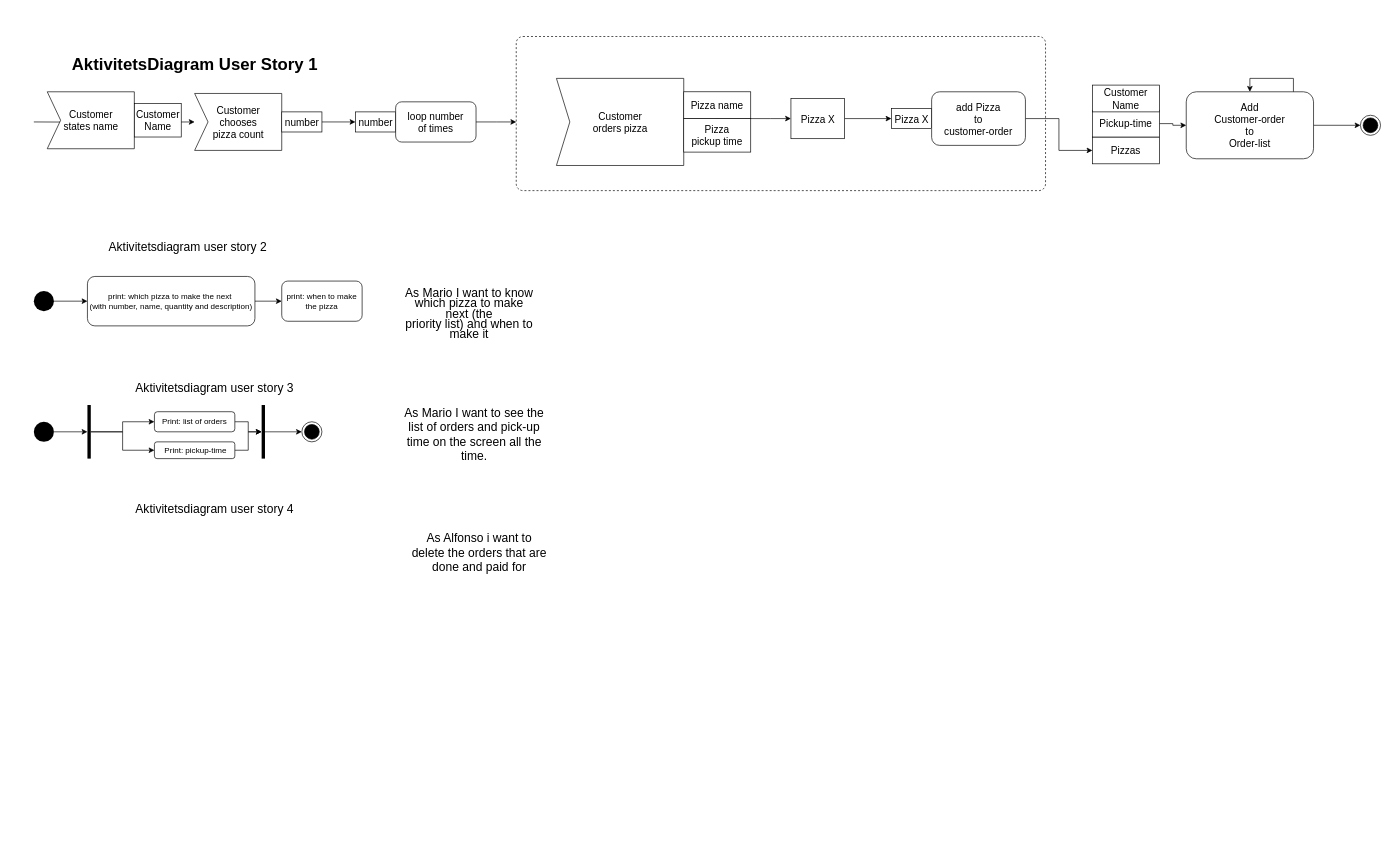
Above: Aktivetetsdiagram user story 2.drawio in norskemarcus/MariosPizzaGruppe_file (draw.io), before the change. Source tidied: cells renumbered, new cells numbered last; positions are measured from the earlier drawing's top-left corner, leaving out a move shared by most shapes. Both pictures are drawn from the tidied source at 67%, with x=0, y=0 at pixel (20, 36).
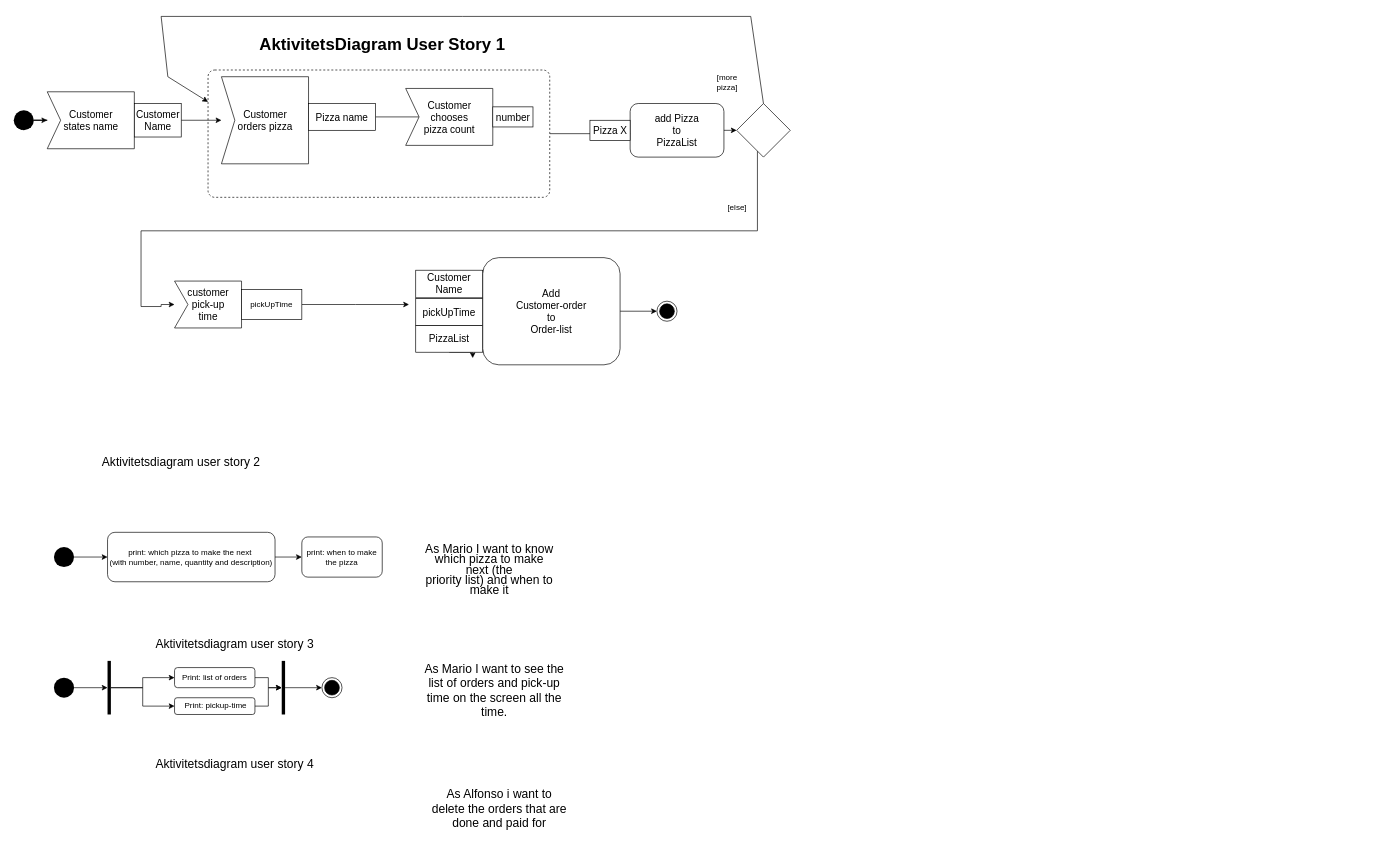
The same page after the edit.

The change refers to these unchanged cells:
```xml
<mxCell id="42" value="Customer &lt;br style=&quot;font-size: 15px&quot;&gt;states name" style="html=1;shape=mxgraph.infographic.ribbonSimple;notch1=20;notch2=0;align=center;verticalAlign=middle;fontSize=15;fontStyle=0;fillColor=#FFFFFF;horizontal=1;" parent="1" vertex="1">
  <mxGeometry x="40" y="82.5" width="130" height="85" as="geometry" />
</mxCell>
<mxCell id="43" value="Customer&lt;br&gt;Name" style="text;html=1;align=center;verticalAlign=middle;dashed=0;fillColor=#ffffff;strokeColor=#000000;fontSize=15;" parent="1" vertex="1">
  <mxGeometry x="170" y="100" width="70" height="50" as="geometry" />
</mxCell>
```

The edit, as a diff of the source:
```diff
@@
-    <mxCell id="2" style="html=1;align=center;verticalAlign=top;rounded=1;absoluteArcSize=1;arcSize=20;dashed=1;fontSize=15;" parent="1" vertex="1">
-      <mxGeometry x="740" width="790" height="230" as="geometry" />
-    </mxCell>
+    <mxCell id="54" style="edgeStyle=orthogonalEdgeStyle;rounded=0;jettySize=auto;html=1;" parent="1" edge="1" source="55" target="64">
+      <mxGeometry relative="1" as="geometry" />
+    </mxCell>
+    <mxCell id="55" style="dashed=1;rounded=1;absoluteArcSize=1;arcSize=20;html=1;verticalAlign=top;align=left;spacingTop=5;spacingLeft=10;" parent="1" vertex="1">
+      <mxGeometry x="280" y="50" width="510" height="190" as="geometry" />
+    </mxCell>
     <mxCell id="3" value="&lt;font style=&quot;font-size: 18px&quot;&gt;As Mario I want to see the list of orders and pick-up time on the screen all the time.&lt;/font&gt;" style="text;html=1;strokeColor=none;fillColor=none;align=center;verticalAlign=middle;whiteSpace=wrap;rounded=0;" parent="1" vertex="1">
-      <mxGeometry x="565" y="550" width="225" height="90" as="geometry" />
+      <mxGeometry x="595" y="931.9" width="225" height="90" as="geometry" />
     </mxCell>
@@
     <mxCell id="5" style="ellipse;fillColor=#000000;strokeColor=none;" parent="1" vertex="1">
-      <mxGeometry x="20" y="380" width="30" height="30" as="geometry" />
+      <mxGeometry x="50" y="761.9" width="30" height="30" as="geometry" />
     </mxCell>
@@
     <mxCell id="7" value="print: which pizza to make the next&amp;nbsp;&lt;br&gt;(with number, name, quantity and description)" style="rounded=1;whiteSpace=wrap;html=1;" parent="1" vertex="1">
-      <mxGeometry x="100" y="358.1" width="250" height="73.8" as="geometry" />
+      <mxGeometry x="130" y="740" width="250" height="73.8" as="geometry" />
     </mxCell>
     <mxCell id="8" value="&lt;p class=&quot;MsoNormal&quot;&gt;&lt;span lang=&quot;EN-US&quot; style=&quot;line-height: 107%&quot;&gt;&lt;font style=&quot;font-size: 18px&quot;&gt;As Mario I want to know which pizza to make next (the&lt;br&gt;priority list) and when to make it&lt;/font&gt;&lt;/span&gt;&lt;/p&gt;" style="text;html=1;strokeColor=none;fillColor=none;align=center;verticalAlign=middle;whiteSpace=wrap;rounded=0;" parent="1" vertex="1">
-      <mxGeometry x="570" y="410" width="200" height="10" as="geometry" />
+      <mxGeometry x="600" y="791.9" width="200" height="10" as="geometry" />
     </mxCell>
     <mxCell id="9" value="Aktivitetsdiagram user story 2" style="text;html=1;strokeColor=none;fillColor=none;align=center;verticalAlign=middle;whiteSpace=wrap;rounded=0;fontSize=18;" parent="1" vertex="1">
-      <mxGeometry y="300" width="500" height="30" as="geometry" />
+      <mxGeometry x="-10" y="620" width="500" height="30" as="geometry" />
     </mxCell>
     <mxCell id="10" value="Aktivitetsdiagram user story 3" style="text;html=1;strokeColor=none;fillColor=none;align=center;verticalAlign=middle;whiteSpace=wrap;rounded=0;fontSize=18;" parent="1" vertex="1">
-      <mxGeometry x="40" y="510" width="500" height="30" as="geometry" />
+      <mxGeometry x="70" y="891.9" width="500" height="30" as="geometry" />
     </mxCell>
@@
     <mxCell id="12" style="ellipse;fillColor=#000000;strokeColor=none;" parent="1" vertex="1">
-      <mxGeometry x="20" y="575" width="30" height="30" as="geometry" />
+      <mxGeometry x="50" y="956.9" width="30" height="30" as="geometry" />
     </mxCell>
@@
     <mxCell id="14" value="Print: list of orders" style="rounded=1;whiteSpace=wrap;html=1;" parent="1" vertex="1">
-      <mxGeometry x="200" y="560" width="120" height="30" as="geometry" />
+      <mxGeometry x="230" y="941.9" width="120" height="30" as="geometry" />
     </mxCell>
     <mxCell id="15" value="print: when to make the pizza" style="whiteSpace=wrap;html=1;rounded=1;" parent="1" vertex="1">
-      <mxGeometry x="390" y="365" width="120" height="60" as="geometry" />
+      <mxGeometry x="420" y="746.9" width="120" height="60" as="geometry" />
     </mxCell>
     <mxCell id="16" value="As Alfonso i want to delete the orders that are done and paid for" style="text;html=1;strokeColor=none;fillColor=none;align=center;verticalAlign=middle;whiteSpace=wrap;rounded=0;fontSize=18;" parent="1" vertex="1">
-      <mxGeometry x="580" y="742" width="210" height="58" as="geometry" />
+      <mxGeometry x="610" y="1123.9" width="210" height="58" as="geometry" />
     </mxCell>
     <mxCell id="17" value="Aktivitetsdiagram user story 4" style="text;html=1;strokeColor=none;fillColor=none;align=center;verticalAlign=middle;whiteSpace=wrap;rounded=0;fontSize=18;" parent="1" vertex="1">
-      <mxGeometry x="40" y="690" width="500" height="30" as="geometry" />
+      <mxGeometry x="70" y="1071.9" width="500" height="30" as="geometry" />
     </mxCell>
-    <mxCell id="18" style="edgeStyle=orthogonalEdgeStyle;rounded=0;jettySize=auto;html=1;fontSize=15;" parent="1" edge="1" target="29">
-      <mxGeometry relative="1" as="geometry">
-        <mxPoint x="20" y="127.5" as="sourcePoint" />
-      </mxGeometry>
-    </mxCell>
     <mxCell id="19" value="Customer &lt;br style=&quot;font-size: 15px;&quot;&gt;orders pizza" style="html=1;shape=mxgraph.infographic.ribbonSimple;notch1=20;notch2=0;align=center;verticalAlign=middle;fontSize=15;fontStyle=0;fillColor=#FFFFFF;horizontal=1;" parent="1" vertex="1">
-      <mxGeometry x="800" y="62.5" width="190" height="130" as="geometry" />
+      <mxGeometry x="300" y="60" width="130" height="130" as="geometry" />
     </mxCell>
     <mxCell id="20" style="edgeStyle=orthogonalEdgeStyle;rounded=0;jettySize=auto;html=1;horizontal=1;fontSize=15;" parent="1" edge="1" source="22">
       <mxGeometry relative="1" as="geometry">
-        <mxPoint x="1150" y="122.5" as="targetPoint" />
+        <mxPoint x="650" y="120" as="targetPoint" />
         <Array as="points">
-          <mxPoint x="1120" y="122.5" />
-          <mxPoint x="1120" y="122.5" />
+          <mxPoint x="620" y="120" />
+          <mxPoint x="620" y="120" />
         </Array>
       </mxGeometry>
     </mxCell>
-    <mxCell id="21" style="edgeStyle=orthogonalEdgeStyle;rounded=0;jettySize=auto;html=1;horizontal=1;fontSize=15;" parent="1" edge="1" source="22" target="25">
-      <mxGeometry relative="1" as="geometry" />
-    </mxCell>
     <mxCell id="22" value="Pizza name" style="whiteSpace=wrap;html=1;fontSize=15;fillColor=#FFFFFF;fontStyle=0;horizontal=1;" parent="1" vertex="1">
-      <mxGeometry x="990" y="82.5" width="100" height="40" as="geometry" />
+      <mxGeometry x="430" y="100" width="100" height="40" as="geometry" />
     </mxCell>
-    <mxCell id="23" style="edgeStyle=orthogonalEdgeStyle;rounded=0;jettySize=auto;html=1;fontSize=15;entryX=0;entryY=0.5;entryDx=0;entryDy=0;" parent="1" edge="1" source="24" target="36">
-      <mxGeometry relative="1" as="geometry" />
-    </mxCell>
-    <mxCell id="24" value="add Pizza&lt;br style=&quot;font-size: 15px&quot;&gt;to &lt;br&gt;customer-order" style="rounded=1;whiteSpace=wrap;html=1;fontSize=15;fillColor=#FFFFFF;fontStyle=0;horizontal=1;" parent="1" vertex="1">
-      <mxGeometry x="1360" y="82.5" width="140" height="80" as="geometry" />
-    </mxCell>
-    <mxCell id="25" value="Pizza&lt;br style=&quot;font-size: 15px;&quot;&gt;pickup time" style="whiteSpace=wrap;html=1;fontSize=15;fillColor=#FFFFFF;fontStyle=0;horizontal=1;" parent="1" vertex="1">
-      <mxGeometry x="990" y="122.5" width="100" height="50" as="geometry" />
-    </mxCell>
-    <mxCell id="26" style="edgeStyle=orthogonalEdgeStyle;rounded=0;jettySize=auto;html=1;horizontal=1;fontSize=15;" parent="1" edge="1" source="27" target="28">
-      <mxGeometry relative="1" as="geometry" />
-    </mxCell>
-    <mxCell id="27" value="Pizza X" style="text;html=1;align=center;verticalAlign=middle;dashed=0;fillColor=#ffffff;strokeColor=#000000;horizontal=1;fontSize=15;" parent="1" vertex="1">
-      <mxGeometry x="1150" y="92.5" width="80" height="60" as="geometry" />
-    </mxCell>
-    <mxCell id="28" value="Pizza X" style="text;html=1;align=center;verticalAlign=middle;dashed=0;fillColor=#ffffff;strokeColor=#000000;fontSize=15;" parent="1" vertex="1">
-      <mxGeometry x="1300" y="107.5" width="60" height="30" as="geometry" />
-    </mxCell>
     <mxCell id="29" value="Customer &lt;br style=&quot;font-size: 15px&quot;&gt;chooses&lt;br&gt;pizza count" style="html=1;shape=mxgraph.infographic.ribbonSimple;notch1=20;notch2=0;align=center;verticalAlign=middle;fontSize=15;fontStyle=0;fillColor=#FFFFFF;horizontal=1;" parent="1" vertex="1">
-      <mxGeometry x="260" y="85" width="130" height="85" as="geometry" />
+      <mxGeometry x="575" y="77.5" width="130" height="85" as="geometry" />
     </mxCell>
-    <mxCell id="30" style="edgeStyle=orthogonalEdgeStyle;rounded=0;jettySize=auto;html=1;fontSize=15;" parent="1" edge="1" source="31" target="34">
-      <mxGeometry relative="1" as="geometry" />
-    </mxCell>
-    <mxCell id="31" value="number" style="text;html=1;align=center;verticalAlign=middle;dashed=0;fillColor=#ffffff;strokeColor=#000000;fontSize=15;" parent="1" vertex="1">
-      <mxGeometry x="390" y="112.5" width="60" height="30" as="geometry" />
-    </mxCell>
-    <mxCell id="32" style="edgeStyle=orthogonalEdgeStyle;rounded=0;jettySize=auto;html=1;fontSize=15;" parent="1" edge="1" source="33">
-      <mxGeometry relative="1" as="geometry">
-        <mxPoint x="740" y="127.5" as="targetPoint" />
-      </mxGeometry>
-    </mxCell>
-    <mxCell id="33" value="loop number&lt;br&gt;of times" style="rounded=1;whiteSpace=wrap;html=1;fontSize=15;fillColor=#ffffff;strokeColor=#000000;gradientColor=none;dashed=0;" parent="1" vertex="1">
-      <mxGeometry x="560" y="97.5" width="120" height="60" as="geometry" />
-    </mxCell>
-    <mxCell id="34" value="number" style="text;html=1;align=center;verticalAlign=middle;dashed=0;fillColor=#ffffff;strokeColor=#000000;fontSize=15;" parent="1" vertex="1">
-      <mxGeometry x="500" y="112.5" width="60" height="30" as="geometry" />
-    </mxCell>
-    <mxCell id="35" style="edgeStyle=orthogonalEdgeStyle;rounded=0;jettySize=auto;html=1;fontSize=15;" parent="1" edge="1" target="41">
-      <mxGeometry relative="1" as="geometry">
-        <mxPoint x="1920" y="122.5" as="sourcePoint" />
-      </mxGeometry>
-    </mxCell>
+    <mxCell id="56" style="edgeStyle=orthogonalEdgeStyle;rounded=0;jettySize=auto;html=1;exitX=0.5;exitY=1;exitDx=0;exitDy=0;" parent="1" edge="1" source="36">
+      <mxGeometry relative="1" as="geometry">
+        <mxPoint x="675" y="480" as="targetPoint" />
+      </mxGeometry>
+    </mxCell>
-    <mxCell id="36" value="Pizzas" style="rounded=0;whiteSpace=wrap;html=1;labelBackgroundColor=none;fontSize=15;" parent="1" vertex="1">
-      <mxGeometry x="1600" y="150" width="100" height="40" as="geometry" />
+    <mxCell id="36" value="PizzaList" style="rounded=0;whiteSpace=wrap;html=1;labelBackgroundColor=none;fontSize=15;" parent="1" vertex="1">
+      <mxGeometry x="590" y="431.2" width="100" height="40" as="geometry" />
     </mxCell>
-    <mxCell id="37" style="edgeStyle=orthogonalEdgeStyle;rounded=0;jettySize=auto;html=1;" parent="1" edge="1" source="38" target="41">
-      <mxGeometry relative="1" as="geometry" />
-    </mxCell>
-    <mxCell id="38" value="Pickup-time" style="rounded=0;whiteSpace=wrap;html=1;labelBackgroundColor=none;fontSize=15;" parent="1" vertex="1">
-      <mxGeometry x="1600" y="110" width="100" height="40" as="geometry" />
+    <mxCell id="38" value="pickUpTime" style="rounded=0;whiteSpace=wrap;html=1;labelBackgroundColor=none;fontSize=15;" parent="1" vertex="1">
+      <mxGeometry x="590" y="391.2" width="100" height="40" as="geometry" />
     </mxCell>
     <mxCell id="39" value="Customer&lt;br&gt;Name" style="rounded=0;whiteSpace=wrap;html=1;labelBackgroundColor=none;fontSize=15;" parent="1" vertex="1">
-      <mxGeometry x="1600" y="72.5" width="100" height="40" as="geometry" />
+      <mxGeometry x="590" y="348.8" width="100" height="41.2" as="geometry" />
     </mxCell>
@@
     <mxCell id="41" value="Add&lt;br&gt;Customer-order&lt;br&gt;to&lt;br&gt;Order-list" style="rounded=1;whiteSpace=wrap;html=1;labelBackgroundColor=none;fontSize=15;" parent="1" vertex="1">
-      <mxGeometry x="1740" y="82.5" width="190" height="100" as="geometry" />
+      <mxGeometry x="690" y="330" width="205" height="160" as="geometry" />
     </mxCell>
@@
+    <mxCell id="57" style="edgeStyle=orthogonalEdgeStyle;rounded=0;jettySize=auto;html=1;" parent="1" edge="1" source="43" target="19">
+      <mxGeometry relative="1" as="geometry" />
+    </mxCell>
@@
     <mxCell id="44" style="ellipse;html=1;shape=endState;fillColor=#000000;strokeColor=#000000;labelBackgroundColor=none;fontSize=15;" parent="1" vertex="1">
-      <mxGeometry x="2000" y="117.5" width="30" height="30" as="geometry" />
+      <mxGeometry x="950" y="395" width="30" height="30" as="geometry" />
     </mxCell>
     <mxCell id="45" value="AktivitetsDiagram User Story 1" style="text;html=1;align=center;verticalAlign=middle;strokeColor=none;fillColor=none;fontSize=25;fontStyle=1;" parent="1" vertex="1">
-      <mxGeometry x="70" y="20" width="380" height="40" as="geometry" />
+      <mxGeometry x="350" y="-10" width="380" height="40" as="geometry" />
     </mxCell>
@@
     <mxCell id="48" style="html=1;points=[];perimeter=orthogonalPerimeter;fillColor=#000000;strokeColor=none;" parent="1" vertex="1">
-      <mxGeometry x="100" y="550" width="5" height="80" as="geometry" />
+      <mxGeometry x="130" y="931.9" width="5" height="80" as="geometry" />
     </mxCell>
@@
     <mxCell id="50" value="&lt;span&gt;&amp;nbsp;Print: pickup-time&lt;/span&gt;" style="rounded=1;whiteSpace=wrap;html=1;" parent="1" vertex="1">
-      <mxGeometry x="200" y="605" width="120" height="25" as="geometry" />
+      <mxGeometry x="230" y="986.9" width="120" height="25" as="geometry" />
     </mxCell>
@@
     <mxCell id="52" style="html=1;points=[];perimeter=orthogonalPerimeter;fillColor=#000000;strokeColor=none;" parent="1" vertex="1">
-      <mxGeometry x="360" y="550" width="5" height="80" as="geometry" />
+      <mxGeometry x="390" y="931.9" width="5" height="80" as="geometry" />
     </mxCell>
     <mxCell id="53" style="ellipse;html=1;shape=endState;fillColor=#000000;strokeColor=#000000;" parent="1" vertex="1">
-      <mxGeometry x="420" y="575" width="30" height="30" as="geometry" />
+      <mxGeometry x="450" y="956.9" width="30" height="30" as="geometry" />
     </mxCell>
+    <mxCell id="58" style="edgeStyle=orthogonalEdgeStyle;rounded=0;jettySize=auto;html=1;" parent="1" edge="1" source="59" target="42">
+      <mxGeometry relative="1" as="geometry" />
+    </mxCell>
+    <mxCell id="59" style="ellipse;fillColor=#000000;strokeColor=none;horizontal=1;fontSize=15;" parent="1" vertex="1">
+      <mxGeometry x="-10" y="110" width="30" height="30" as="geometry" />
+    </mxCell>
+    <mxCell id="31" value="number" style="text;html=1;align=center;verticalAlign=middle;dashed=0;fillColor=#ffffff;strokeColor=#000000;fontSize=15;" parent="1" vertex="1">
+      <mxGeometry x="705" y="105" width="60" height="30" as="geometry" />
+    </mxCell>
+    <mxCell id="60" style="edgeStyle=orthogonalEdgeStyle;rounded=0;orthogonalLoop=1;jettySize=auto;html=1;exitX=1;exitY=1;exitDx=0;exitDy=0;entryX=0;entryY=1;entryDx=0;entryDy=0;" parent="1" edge="1" source="59" target="59">
+      <mxGeometry relative="1" as="geometry" />
+    </mxCell>
+    <mxCell id="61" style="edgeStyle=orthogonalEdgeStyle;rounded=0;jettySize=auto;html=1;" parent="1" edge="1" source="62">
+      <mxGeometry relative="1" as="geometry">
+        <mxPoint x="380" y="400" as="targetPoint" />
+      </mxGeometry>
+    </mxCell>
+    <mxCell id="62" value="customer &lt;br&gt;pick-up &lt;br&gt;time" style="html=1;shape=mxgraph.infographic.ribbonSimple;notch1=20;notch2=0;align=center;verticalAlign=middle;fontSize=15;fontStyle=0;fillColor=#FFFFFF;horizontal=1;" parent="1" vertex="1">
+      <mxGeometry x="230" y="365" width="100" height="70" as="geometry" />
+    </mxCell>
+    <mxCell id="63" style="edgeStyle=orthogonalEdgeStyle;rounded=0;jettySize=auto;html=1;" parent="1" edge="1" source="64">
+      <mxGeometry relative="1" as="geometry">
+        <mxPoint x="230" y="400" as="targetPoint" />
+        <Array as="points">
+          <mxPoint x="1100" y="290" />
+          <mxPoint x="180" y="290" />
+          <mxPoint x="180" y="403" />
+          <mxPoint x="210" y="403" />
+          <mxPoint x="210" y="400" />
+        </Array>
+      </mxGeometry>
+    </mxCell>
+    <mxCell id="64" style="rhombus;whiteSpace=wrap;html=1;" parent="1" vertex="1">
+      <mxGeometry x="1069" y="100" width="80" height="80" as="geometry" />
+    </mxCell>
+    <mxCell id="65" style="endArrow=classic;html=1;rounded=0;exitX=0.5;exitY=0;exitDx=0;exitDy=0;entryX=0;entryY=0.25;entryDx=0;entryDy=0;" parent="1" edge="1" source="64" target="55">
+      <mxGeometry relative="1" as="geometry">
+        <Array as="points">
+          <mxPoint x="1090" y="-30" />
+          <mxPoint x="660" y="-30" />
+          <mxPoint x="210" y="-30" />
+          <mxPoint x="220" y="60" />
+        </Array>
+      </mxGeometry>
+    </mxCell>
+    <mxCell id="66" value="[more pizza]" style="text;html=1;strokeColor=none;fillColor=none;align=center;verticalAlign=middle;whiteSpace=wrap;rounded=0;" parent="1" vertex="1">
+      <mxGeometry x="1025" y="52.5" width="60" height="30" as="geometry" />
+    </mxCell>
+    <mxCell id="67" value="[else]" style="text;html=1;strokeColor=none;fillColor=none;align=center;verticalAlign=middle;whiteSpace=wrap;rounded=0;" parent="1" vertex="1">
+      <mxGeometry x="1040" y="240" width="60" height="30" as="geometry" />
+    </mxCell>
+    <mxCell id="68" value="add Pizza&lt;br style=&quot;font-size: 15px&quot;&gt;to &lt;br&gt;PizzaList" style="rounded=1;whiteSpace=wrap;html=1;fontSize=15;fillColor=#FFFFFF;fontStyle=0;horizontal=1;" parent="1" vertex="1">
+      <mxGeometry x="910" y="100" width="140" height="80" as="geometry" />
+    </mxCell>
+    <mxCell id="28" value="Pizza X" style="text;html=1;align=center;verticalAlign=middle;dashed=0;fillColor=#ffffff;strokeColor=#000000;fontSize=15;" parent="1" vertex="1">
+      <mxGeometry x="850" y="125" width="60" height="30" as="geometry" />
+    </mxCell>
+    <mxCell id="69" style="edgeStyle=orthogonalEdgeStyle;rounded=0;jettySize=auto;html=1;" parent="1" edge="1" source="70">
+      <mxGeometry relative="1" as="geometry">
+        <mxPoint x="580" y="400" as="targetPoint" />
+      </mxGeometry>
+    </mxCell>
+    <mxCell id="70" value="pickUpTime" style="rounded=0;whiteSpace=wrap;html=1;" parent="1" vertex="1">
+      <mxGeometry x="330" y="377.5" width="90" height="45" as="geometry" />
+    </mxCell>
```
